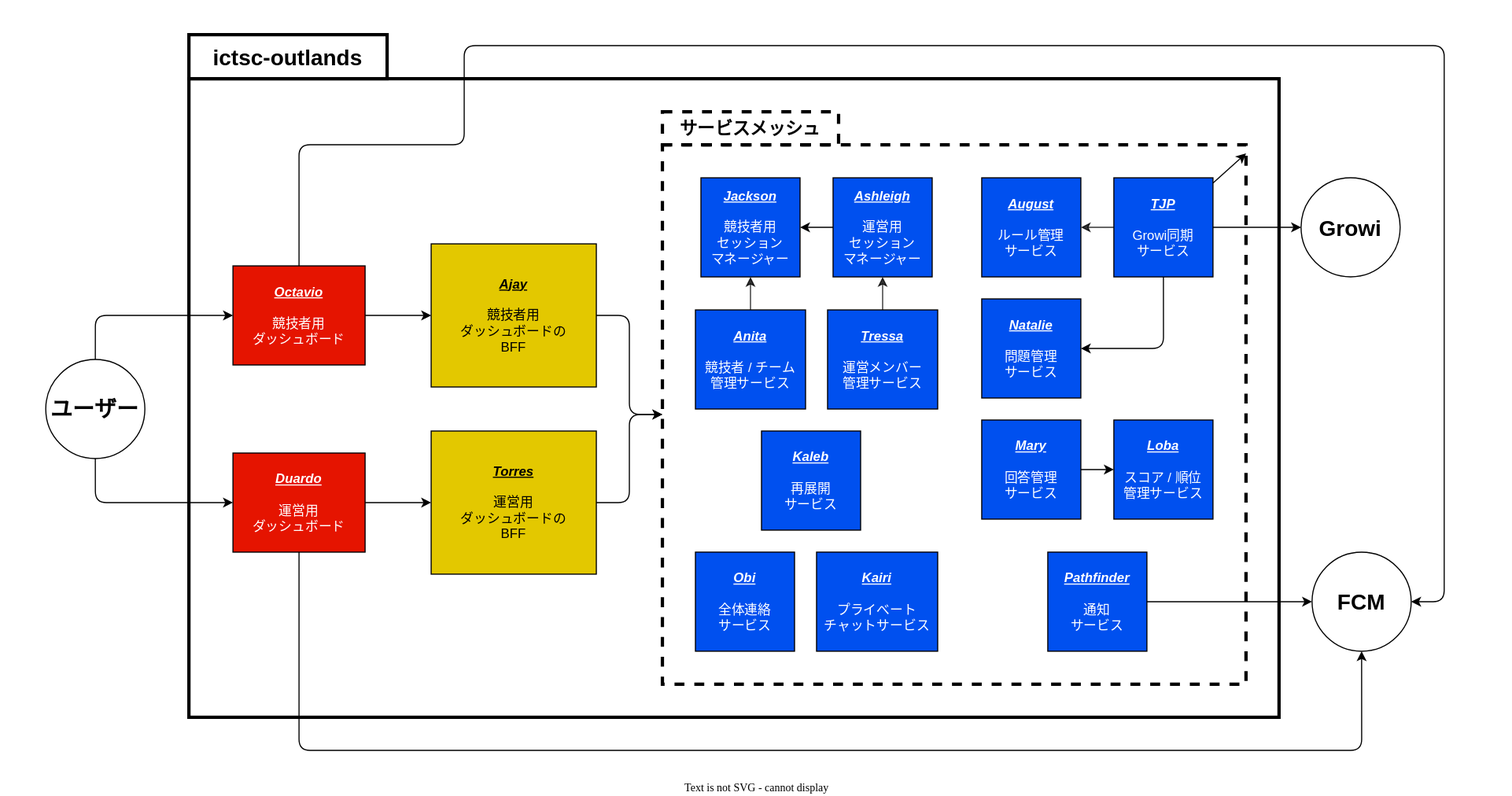
Above: docs/architecture.dio.svg in ictsc/ictsc-regalia (draw.io), before the change. Source tidied: cells renumbered, new cells last; positions are measured from the earlier drawing's top-left corner, leaving out a move shared by most shapes.
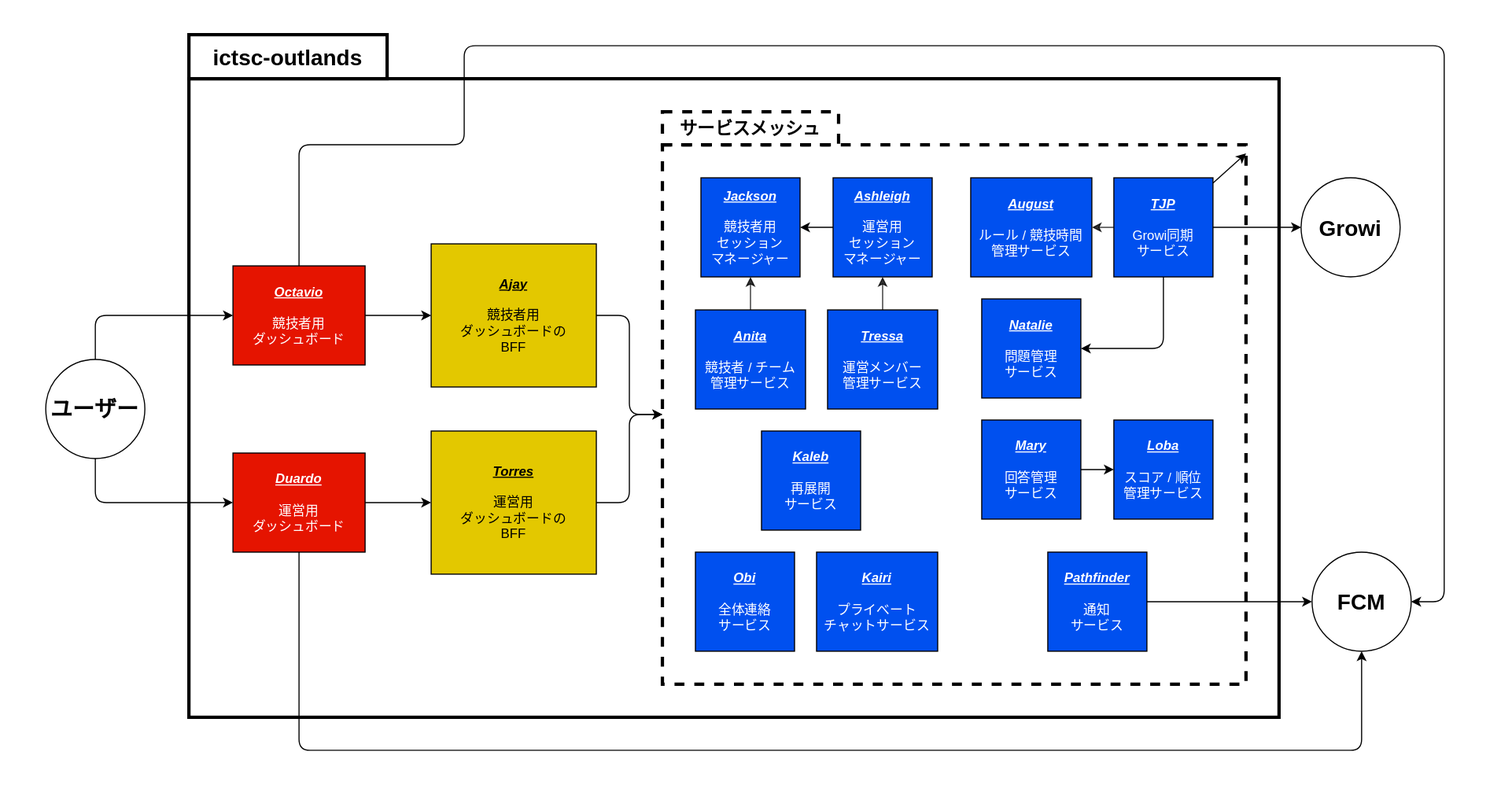
After the change.

The edit, as a diff of the source:
```diff
@@ -138,8 +138,8 @@
     <mxCell id="42" value="&lt;b&gt;&lt;font style=&quot;font-size: 20px;&quot;&gt;Growi&lt;/font&gt;&lt;/b&gt;" style="ellipse;whiteSpace=wrap;html=1;strokeColor=#000000;fontColor=#000000;fillColor=none;" parent="1" vertex="1">
       <mxGeometry x="1180" y="160" width="90" height="90" as="geometry" />
     </mxCell>
-    <mxCell id="43" value="&lt;b&gt;&lt;i&gt;&lt;u&gt;August&lt;br&gt;&lt;/u&gt;&lt;/i&gt;&lt;/b&gt;&lt;br&gt;ルール管理&lt;br&gt;サービス" style="whiteSpace=wrap;html=1;strokeColor=#000000;fontColor=#ffffff;fillColor=#0050ef;" parent="1" vertex="1">
-      <mxGeometry x="890" y="160" width="90" height="90" as="geometry" />
+    <mxCell id="43" value="&lt;b&gt;&lt;i&gt;&lt;u&gt;August&lt;br&gt;&lt;/u&gt;&lt;/i&gt;&lt;/b&gt;&lt;br&gt;ルール / 競技時間&lt;br&gt;管理サービス" style="whiteSpace=wrap;html=1;strokeColor=#000000;fontColor=#ffffff;fillColor=#0050ef;" parent="1" vertex="1">
+      <mxGeometry x="880" y="160" width="110" height="90" as="geometry" />
     </mxCell>
   </root>
 </mxGraphModel>
```
